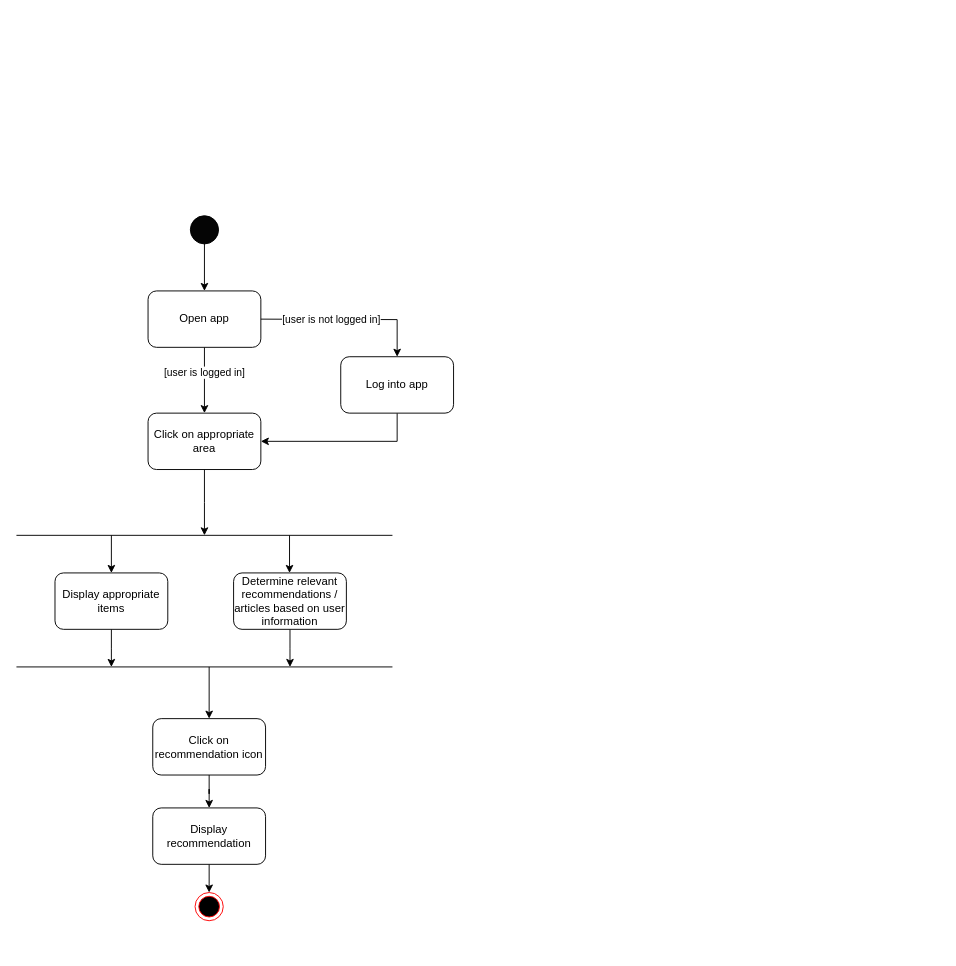
Before: ActivityDiagram_ViewRecommendations.drawio in ahammond3aws/DC2SEN, a draw.io diagram. Source tidied: cells renumbered, new cells numbered last; positions are measured from the earlier drawing's top-left corner, leaving out a move shared by most shapes. Both pictures are drawn from the tidied source at 94%, with x=0, y=0 at pixel (16, 215).
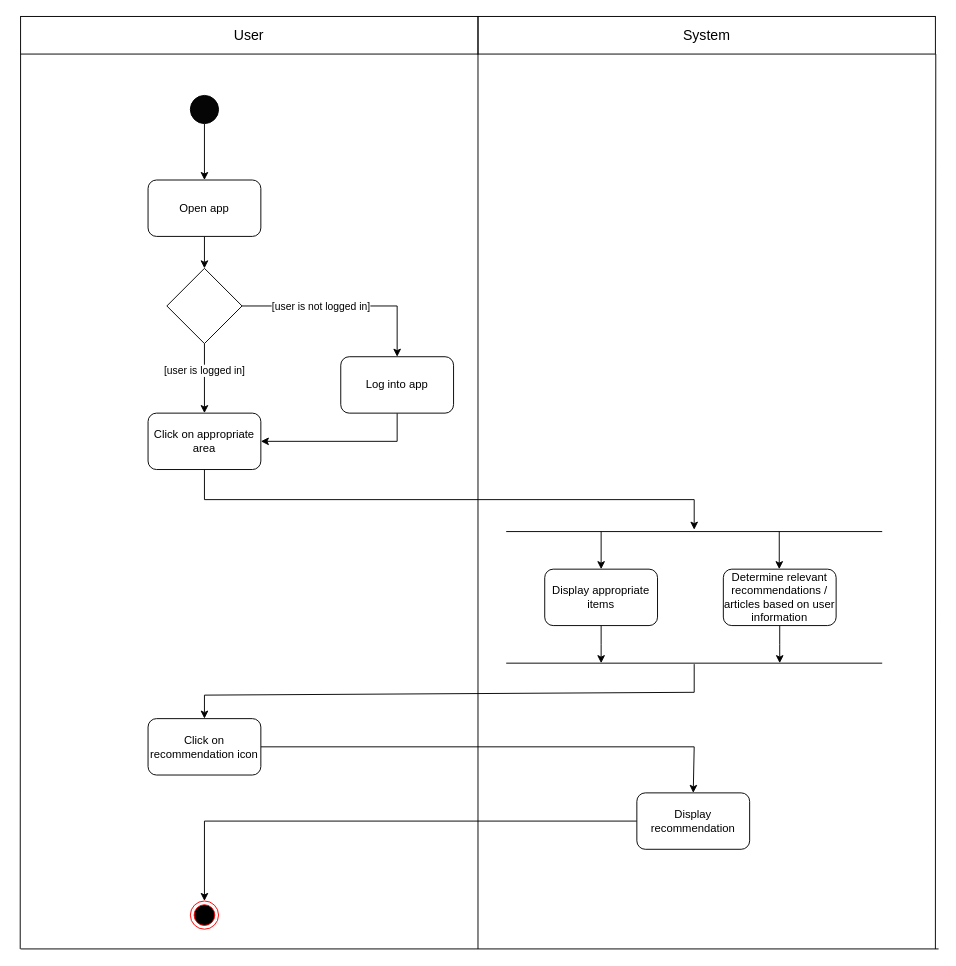
The same page after the edit.

The change refers to these unchanged cells:
```xml
<mxCell id="8" value="Click on appropriate area" style="rounded=1;whiteSpace=wrap;html=1;fillColor=#FFFFFF;" parent="1" vertex="1">
  <mxGeometry x="140" y="210" width="120" height="60" as="geometry" />
</mxCell>
<mxCell id="25" value="Log into app" style="rounded=1;whiteSpace=wrap;html=1;fillColor=#FFFFFF;" parent="1" vertex="1">
  <mxGeometry x="345" y="150" width="120" height="60" as="geometry" />
</mxCell>
```

The edit, as a diff of the source:
```diff
@@
     <mxCell id="3" style="ellipse;whiteSpace=wrap;html=1;direction=east;fillColor=#050505;" parent="1" vertex="1">
-      <mxGeometry x="185" width="30" height="30" as="geometry" />
+      <mxGeometry x="185" y="-128" width="30" height="30" as="geometry" />
     </mxCell>
-    <mxCell id="4" style="edgeStyle=orthogonalEdgeStyle;rounded=0;jettySize=auto;html=1;" parent="1" edge="1" source="6" target="8">
+    <mxCell id="4" style="edgeStyle=orthogonalEdgeStyle;rounded=0;jettySize=auto;html=1;exitX=0.5;exitY=1;exitDx=0;exitDy=0;" parent="1" edge="1" source="28" target="8">
       <mxGeometry relative="1" as="geometry" />
     </mxCell>
@@
+    <mxCell id="27" style="edgeStyle=orthogonalEdgeStyle;rounded=0;jettySize=auto;html=1;exitX=0.5;exitY=1;exitDx=0;exitDy=0;entryX=0.5;entryY=0;entryDx=0;entryDy=0;" parent="1" edge="1" source="6" target="28">
+      <mxGeometry relative="1" as="geometry" />
+    </mxCell>
     <mxCell id="6" value="Open app" style="rounded=1;whiteSpace=wrap;html=1;fillColor=#FFFFFF;" parent="1" vertex="1">
-      <mxGeometry x="140" y="80" width="120" height="60" as="geometry" />
+      <mxGeometry x="140" y="-38" width="120" height="60" as="geometry" />
     </mxCell>
-    <mxCell id="7" style="edgeStyle=orthogonalEdgeStyle;rounded=0;jettySize=auto;html=1;entryX=0.5;entryY=0;entryDx=0;entryDy=0;" parent="1" edge="1" source="8">
+    <mxCell id="7" style="edgeStyle=orthogonalEdgeStyle;rounded=0;jettySize=auto;html=1;exitX=0.5;exitY=1;exitDx=0;exitDy=0;" parent="1" edge="1" source="8">
       <mxGeometry relative="1" as="geometry">
-        <mxPoint x="200" y="340" as="targetPoint" />
+        <mxPoint x="721" y="334" as="targetPoint" />
+        <Array as="points">
+          <mxPoint x="200" y="302" />
+          <mxPoint x="721" y="302" />
+        </Array>
       </mxGeometry>
     </mxCell>
@@
     <mxCell id="9" style="edgeStyle=orthogonalEdgeStyle;rounded=0;jettySize=auto;html=1;" parent="1" edge="1" source="10">
       <mxGeometry relative="1" as="geometry">
-        <mxPoint x="101" y="480" as="targetPoint" />
+        <mxPoint x="622" y="476" as="targetPoint" />
       </mxGeometry>
     </mxCell>
     <mxCell id="10" value="Display appropriate items" style="rounded=1;whiteSpace=wrap;html=1;fillColor=#FFFFFF;" parent="1" vertex="1">
-      <mxGeometry x="41" y="380" width="120" height="60" as="geometry" />
+      <mxGeometry x="562" y="376" width="120" height="60" as="geometry" />
     </mxCell>
-    <mxCell id="11" style="edgeStyle=orthogonalEdgeStyle;rounded=0;jettySize=auto;html=1;" parent="1" edge="1" source="12" target="14">
-      <mxGeometry relative="1" as="geometry" />
+    <mxCell id="11" style="edgeStyle=orthogonalEdgeStyle;rounded=0;jettySize=auto;html=1;entryX=0.5;entryY=0;entryDx=0;entryDy=0;" parent="1" edge="1" source="12" target="14">
+      <mxGeometry relative="1" as="geometry">
+        <Array as="points">
+          <mxPoint x="721" y="565" />
+          <mxPoint x="721" y="614" />
+        </Array>
+      </mxGeometry>
     </mxCell>
     <mxCell id="12" value="Click on recommendation icon" style="rounded=1;whiteSpace=wrap;html=1;fillColor=#FFFFFF;" parent="1" vertex="1">
-      <mxGeometry x="145" y="535" width="120" height="60" as="geometry" />
+      <mxGeometry x="140" y="535" width="120" height="60" as="geometry" />
     </mxCell>
-    <mxCell id="13" style="edgeStyle=orthogonalEdgeStyle;rounded=0;jettySize=auto;html=1;entryX=0.5;entryY=0;entryDx=0;entryDy=0;" parent="1" edge="1" source="14">
+    <mxCell id="13" style="edgeStyle=orthogonalEdgeStyle;rounded=0;jettySize=auto;html=1;entryX=0.5;entryY=0;entryDx=0;entryDy=0;" parent="1" edge="1" source="14" target="26">
       <mxGeometry relative="1" as="geometry">
-        <mxPoint x="205" y="720" as="targetPoint" />
+        <Array as="points">
+          <mxPoint x="200" y="644" />
+        </Array>
       </mxGeometry>
     </mxCell>
     <mxCell id="14" value="Display recommendation" style="rounded=1;whiteSpace=wrap;html=1;fillColor=#FFFFFF;" parent="1" vertex="1">
-      <mxGeometry x="145" y="630" width="120" height="60" as="geometry" />
+      <mxGeometry x="660" y="614" width="120" height="60" as="geometry" />
     </mxCell>
     <mxCell id="15" style="endArrow=none;html=1;rounded=0;" parent="1" edge="1">
       <mxGeometry relative="1" as="geometry">
-        <mxPoint y="340" as="sourcePoint" />
-        <mxPoint x="400" y="340" as="targetPoint" />
+        <mxPoint x="521" y="336" as="sourcePoint" />
+        <mxPoint x="921" y="336" as="targetPoint" />
       </mxGeometry>
     </mxCell>
     <mxCell id="16" style="endArrow=none;html=1;rounded=0;" parent="1" edge="1">
       <mxGeometry relative="1" as="geometry">
-        <mxPoint y="480" as="sourcePoint" />
-        <mxPoint x="400" y="480" as="targetPoint" />
+        <mxPoint x="521" y="476" as="sourcePoint" />
+        <mxPoint x="921" y="476" as="targetPoint" />
       </mxGeometry>
     </mxCell>
     <mxCell id="17" style="edgeStyle=orthogonalEdgeStyle;rounded=0;jettySize=auto;html=1;" parent="1" edge="1" source="18">
       <mxGeometry relative="1" as="geometry">
-        <mxPoint x="291" y="480" as="targetPoint" />
+        <mxPoint x="812" y="476" as="targetPoint" />
       </mxGeometry>
     </mxCell>
     <mxCell id="18" value="Determine relevant recommendations / articles based on user information" style="rounded=1;whiteSpace=wrap;html=1;fillColor=#FFFFFF;" parent="1" vertex="1">
-      <mxGeometry x="231" y="380" width="120" height="60" as="geometry" />
+      <mxGeometry x="752" y="376" width="120" height="60" as="geometry" />
     </mxCell>
     <mxCell id="19" style="endArrow=classic;html=1;rounded=0;entryX=0.5;entryY=0;entryDx=0;entryDy=0;" parent="1" edge="1" target="10">
       <mxGeometry relative="1" as="geometry">
-        <mxPoint x="101" y="340" as="sourcePoint" />
+        <mxPoint x="622" y="336" as="sourcePoint" />
       </mxGeometry>
     </mxCell>
     <mxCell id="20" style="endArrow=classic;html=1;rounded=0;entryX=0.5;entryY=0;entryDx=0;entryDy=0;" parent="1" edge="1">
       <mxGeometry relative="1" as="geometry">
-        <mxPoint x="290.5" y="340" as="sourcePoint" />
-        <mxPoint x="290.5" y="380" as="targetPoint" />
+        <mxPoint x="811.5" y="336" as="sourcePoint" />
+        <mxPoint x="811.5" y="376" as="targetPoint" />
       </mxGeometry>
     </mxCell>
     <mxCell id="21" style="endArrow=classic;html=1;rounded=0;entryX=0.5;entryY=0;entryDx=0;entryDy=0;" parent="1" edge="1" target="12">
       <mxGeometry relative="1" as="geometry">
-        <mxPoint x="205" y="480" as="sourcePoint" />
+        <mxPoint x="721" y="477" as="sourcePoint" />
+        <Array as="points">
+          <mxPoint x="721" y="507" />
+          <mxPoint x="200" y="510" />
+        </Array>
       </mxGeometry>
     </mxCell>
-    <mxCell id="22" style="edgeStyle=orthogonalEdgeStyle;rounded=0;jettySize=auto;html=1;entryX=0.5;entryY=0;entryDx=0;entryDy=0;" parent="1" edge="1" target="25">
-      <mxGeometry relative="1" as="geometry">
-        <mxPoint x="260" y="110" as="sourcePoint" />
-      </mxGeometry>
+    <mxCell id="22" style="edgeStyle=orthogonalEdgeStyle;rounded=0;jettySize=auto;html=1;entryX=0.5;entryY=0;entryDx=0;entryDy=0;exitX=1;exitY=0.5;exitDx=0;exitDy=0;" parent="1" edge="1" source="28" target="25">
+      <mxGeometry relative="1" as="geometry" />
     </mxCell>
@@
     <mxCell id="26" style="ellipse;html=1;shape=endState;fillColor=#000000;strokeColor=#ff0000;" parent="1" vertex="1">
-      <mxGeometry x="190" y="720" width="30" height="30" as="geometry" />
+      <mxGeometry x="185" y="729" width="30" height="30" as="geometry" />
     </mxCell>
+    <mxCell id="28" style="rhombus;whiteSpace=wrap;html=1;" parent="1" vertex="1">
+      <mxGeometry x="160" y="56" width="80" height="80" as="geometry" />
+    </mxCell>
+    <mxCell id="29" style="endArrow=none;html=1;rounded=0;" parent="1" edge="1">
+      <mxGeometry relative="1" as="geometry">
+        <mxPoint x="4" y="780" as="sourcePoint" />
+        <mxPoint x="4.4" y="-172" as="targetPoint" />
+      </mxGeometry>
+    </mxCell>
+    <mxCell id="30" style="endArrow=none;html=1;rounded=0;" parent="1" edge="1">
+      <mxGeometry relative="1" as="geometry">
+        <mxPoint x="491" y="780" as="sourcePoint" />
+        <mxPoint x="491" y="-172" as="targetPoint" />
+      </mxGeometry>
+    </mxCell>
+    <mxCell id="31" style="endArrow=none;html=1;rounded=0;" parent="1" edge="1">
+      <mxGeometry relative="1" as="geometry">
+        <mxPoint x="977.6" y="780" as="sourcePoint" />
+        <mxPoint x="978" y="-172" as="targetPoint" />
+      </mxGeometry>
+    </mxCell>
+    <mxCell id="32" value="User" style="text;html=1;strokeColor=default;fillColor=none;align=center;verticalAlign=middle;whiteSpace=wrap;rounded=0;fontSize=15;" parent="1" vertex="1">
+      <mxGeometry x="4.4" y="-212" width="486.6" height="40" as="geometry" />
+    </mxCell>
+    <mxCell id="33" value="System" style="text;html=1;strokeColor=default;fillColor=none;align=center;verticalAlign=middle;whiteSpace=wrap;rounded=0;fontSize=15;" parent="1" vertex="1">
+      <mxGeometry x="491" y="-212" width="486.6" height="40" as="geometry" />
+    </mxCell>
+    <mxCell id="34" style="endArrow=none;html=1;rounded=0;" parent="1" edge="1">
+      <mxGeometry relative="1" as="geometry">
+        <mxPoint x="4.4" y="780" as="sourcePoint" />
+        <mxPoint x="981" y="780" as="targetPoint" />
+      </mxGeometry>
+    </mxCell>
```
